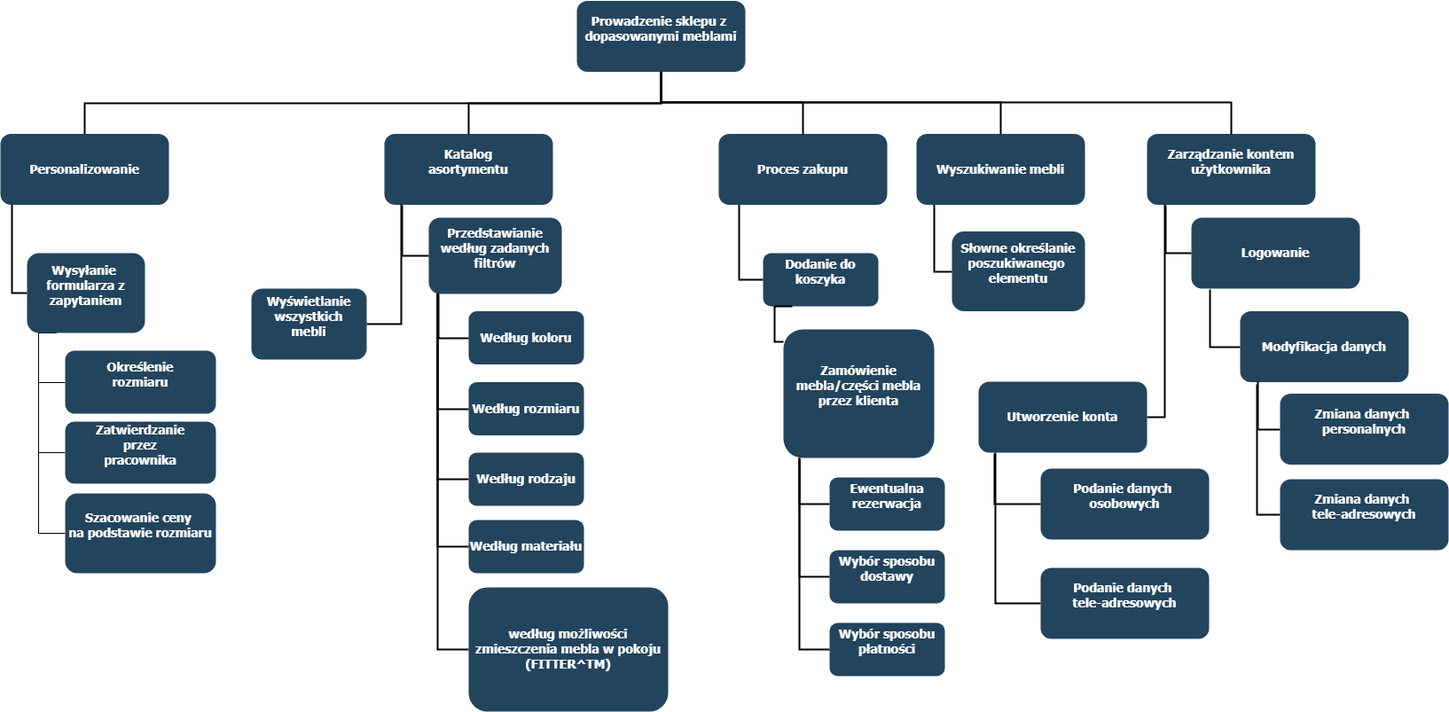
tania-sila-robocza/Meblex-Docs keeps this draw.io diagram as DHF/Function Hierarchy Diagram.png. Above is the earlier version. Source tidied: cells renumbered, new cells last; positions are measured from the earlier drawing's top-left corner, leaving out a move shared by most shapes.
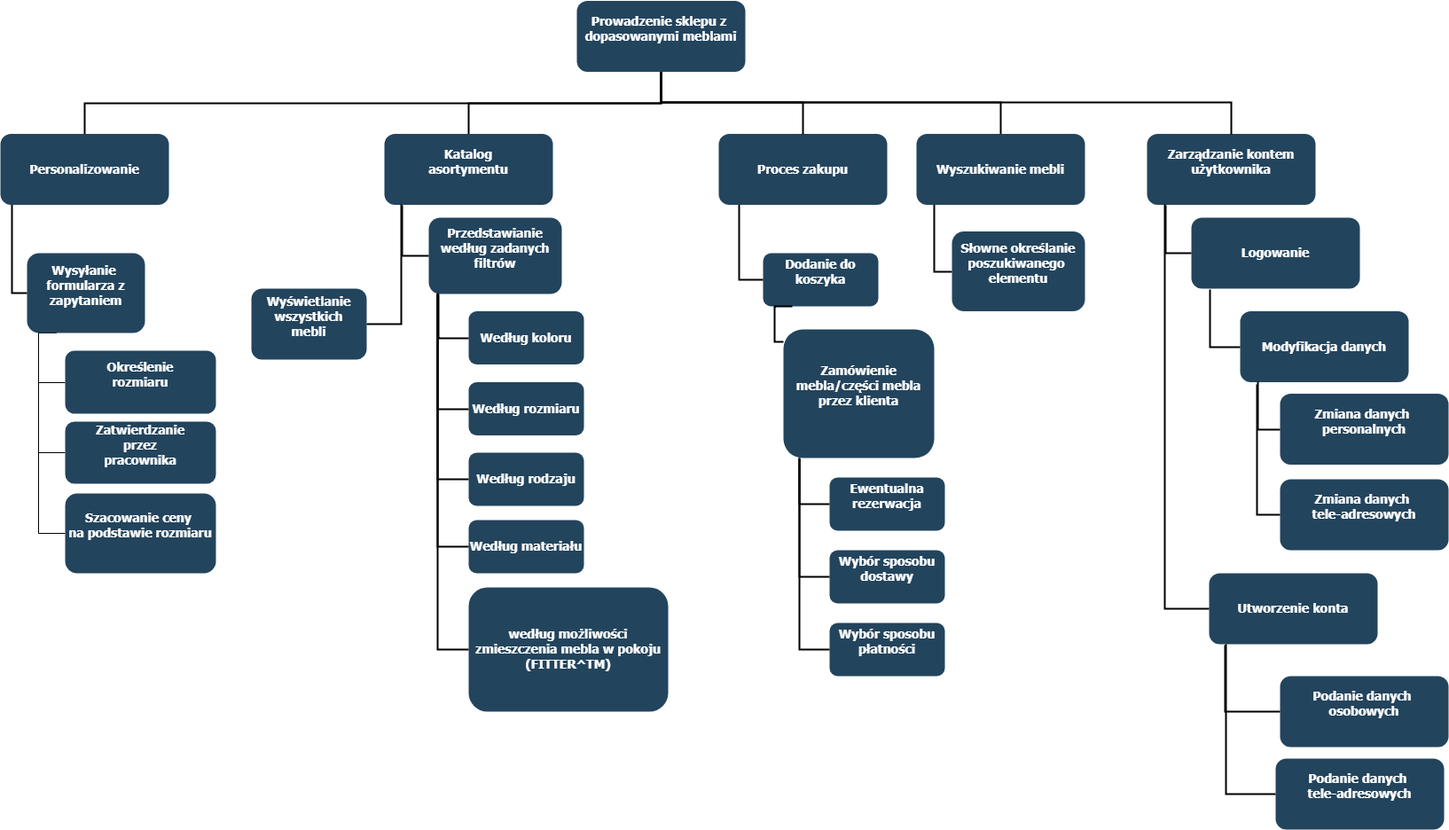
Later version of the same file.

Commit message:
Added Function Hierarchy Diagram

Change to the diagram source:
```diff
@@ -281,13 +281,13 @@
       <mxGeometry x="1343" y="244" width="190" height="80" as="geometry" />
     </mxCell>
     <mxCell id="49" value="Utworzenie konta" style="rounded=1;fillColor=#23445D;gradientColor=none;strokeColor=none;fontColor=#FFFFFF;fontStyle=1;fontFamily=Tahoma;fontSize=14;" parent="1" vertex="1">
-      <mxGeometry x="1103" y="429" width="190" height="80" as="geometry" />
+      <mxGeometry x="1363" y="645" width="190" height="80" as="geometry" />
     </mxCell>
     <mxCell id="50" value="Zmiana danych &#10;tele-adresowych&#10;" style="rounded=1;fillColor=#23445D;gradientColor=none;strokeColor=none;fontColor=#FFFFFF;fontStyle=1;fontFamily=Tahoma;fontSize=14;" parent="1" vertex="1">
       <mxGeometry x="1443" y="539" width="190" height="80" as="geometry" />
     </mxCell>
     <mxCell id="51" value="Podanie danych &#10;osobowych&#10;" style="rounded=1;fillColor=#23445D;gradientColor=none;strokeColor=none;fontColor=#FFFFFF;fontStyle=1;fontFamily=Tahoma;fontSize=14;" parent="1" vertex="1">
-      <mxGeometry x="1173" y="527" width="190" height="80" as="geometry" />
+      <mxGeometry x="1443" y="761" width="190" height="80" as="geometry" />
     </mxCell>
     <mxCell id="52" style="edgeStyle=elbowEdgeStyle;elbow=vertical;strokeWidth=2;rounded=0;endArrow=none;endFill=0;exitX=0.5;exitY=1;exitDx=0;exitDy=0;entryX=0.5;entryY=0;entryDx=0;entryDy=0;" parent="1" edge="1" source="2" target="45">
       <mxGeometry x="845" y="190" as="geometry">
@@ -298,12 +298,13 @@
       </mxGeometry>
     </mxCell>
     <mxCell id="53" value="Podanie danych &#10;tele-adresowych&#10;" style="rounded=1;fillColor=#23445D;gradientColor=none;strokeColor=none;fontColor=#FFFFFF;fontStyle=1;fontFamily=Tahoma;fontSize=14;" parent="1" vertex="1">
-      <mxGeometry x="1173" y="639" width="190" height="80" as="geometry" />
+      <mxGeometry x="1438" y="854" width="190" height="80" as="geometry" />
     </mxCell>
     <mxCell id="54" style="edgeStyle=elbowEdgeStyle;elbow=vertical;strokeWidth=2;rounded=0;endArrow=none;endFill=0;exitX=0.101;exitY=1.002;exitDx=0;exitDy=0;exitPerimeter=0;entryX=0;entryY=0.5;entryDx=0;entryDy=0;" parent="1" edge="1" source="49" target="53">
       <mxGeometry x="33" y="531.5" as="geometry">
         <Array as="points">
-          <mxPoint x="1153" y="679" />
+          <mxPoint x="1393" y="894" />
+          <mxPoint x="1373" y="824" />
           <mxPoint x="1189" y="690" />
           <mxPoint x="1189" y="650" />
           <mxPoint x="1329" y="690" />
@@ -348,9 +349,10 @@
         </Array>
       </mxGeometry>
     </mxCell>
-    <mxCell id="59" style="edgeStyle=elbowEdgeStyle;elbow=vertical;strokeWidth=2;rounded=0;endArrow=none;endFill=0;exitX=0.103;exitY=0.996;exitDx=0;exitDy=0;exitPerimeter=0;entryX=1;entryY=0.5;entryDx=0;entryDy=0;" parent="1" edge="1" source="45" target="49">
+    <mxCell id="59" style="edgeStyle=elbowEdgeStyle;elbow=vertical;strokeWidth=2;rounded=0;endArrow=none;endFill=0;exitX=0.103;exitY=0.996;exitDx=0;exitDy=0;exitPerimeter=0;entryX=0;entryY=0.5;entryDx=0;entryDy=0;" parent="1" edge="1" source="45" target="49">
       <mxGeometry x="247" y="255.5" as="geometry">
         <Array as="points">
+          <mxPoint x="1323" y="685" />
           <mxPoint x="1313" y="469" />
           <mxPoint x="1403" y="414" />
           <mxPoint x="1403" y="374" />
@@ -361,7 +363,8 @@
     <mxCell id="60" style="edgeStyle=elbowEdgeStyle;elbow=vertical;strokeWidth=2;rounded=0;endArrow=none;endFill=0;exitX=0.097;exitY=1.013;exitDx=0;exitDy=0;exitPerimeter=0;entryX=0;entryY=0.5;entryDx=0;entryDy=0;" parent="1" edge="1" source="49" target="51">
       <mxGeometry x="42" y="421" as="geometry">
         <Array as="points">
-          <mxPoint x="1143" y="567" />
+          <mxPoint x="1423" y="801" />
+          <mxPoint x="1373" y="774" />
           <mxPoint x="1198" y="579.5" />
           <mxPoint x="1198" y="539.5" />
           <mxPoint x="1338" y="579.5" />
```
